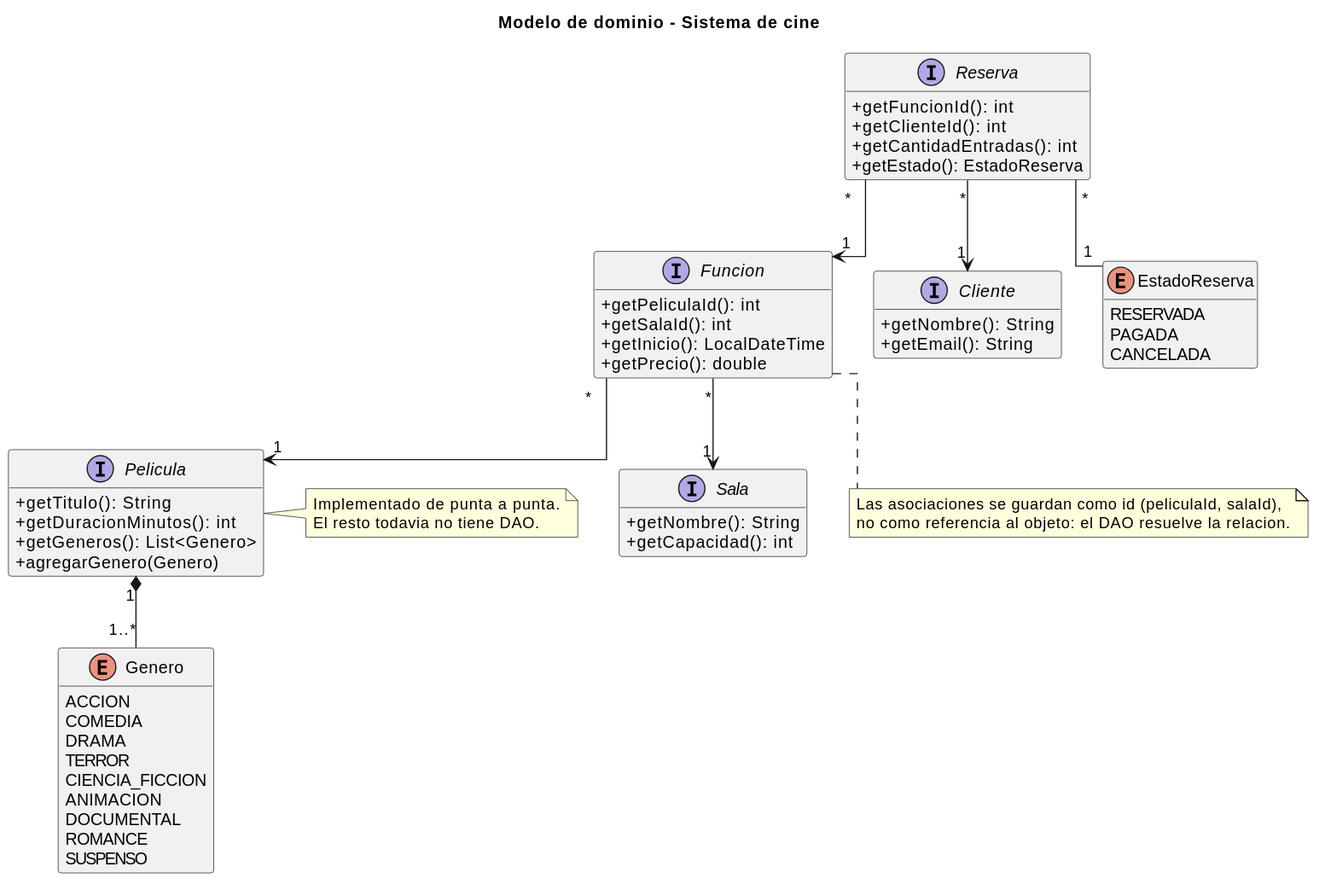
This is cine-backend/docs/diagramas/clases-dominio.svg from andreiveisuade/cine-uade, a PlantUML export, as it was before one commit.
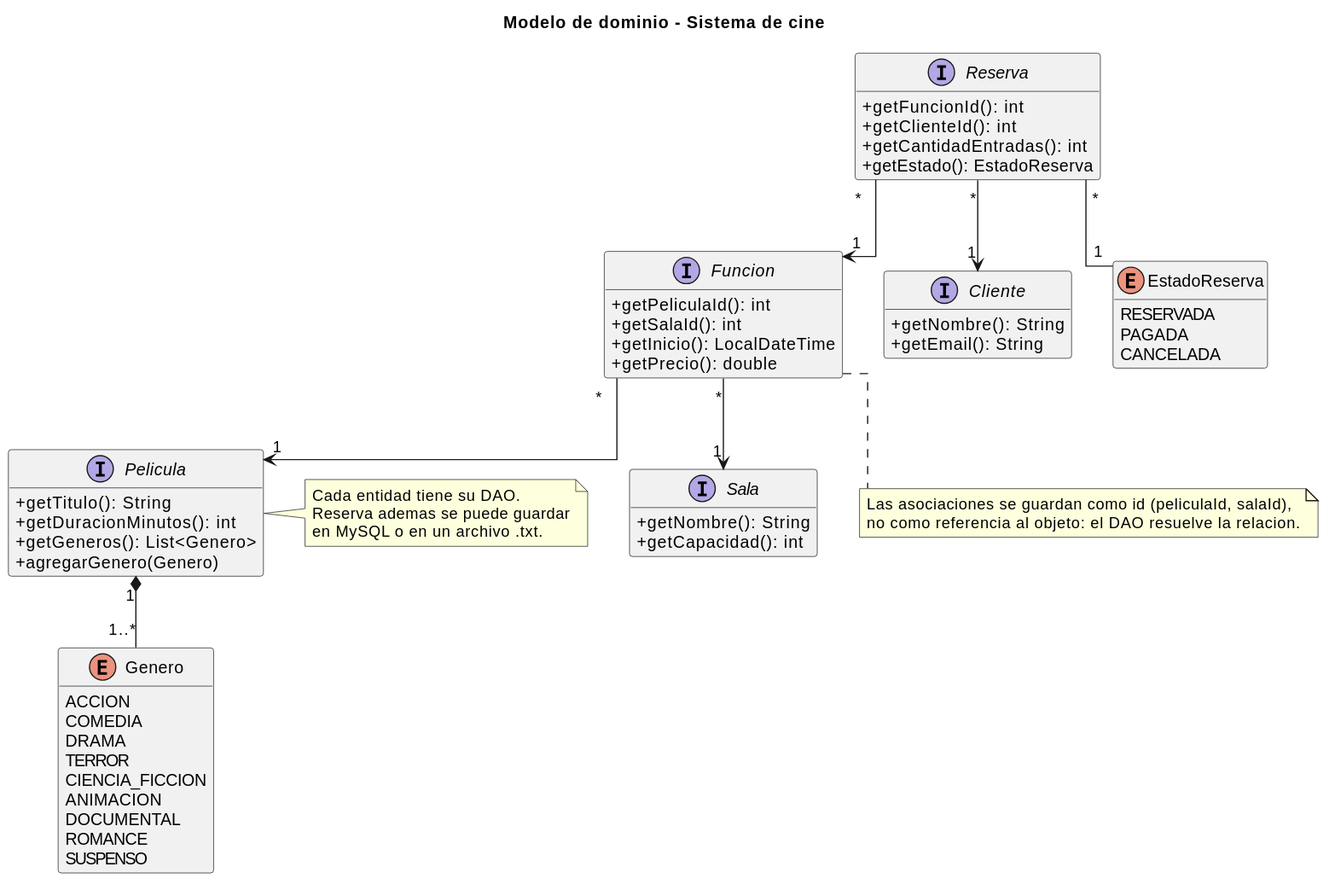
Above is the later version.

What changed in the source:
```diff
@@ -68,7 +68,8 @@
 end note
 
 note right of Pelicula
-  Implementado de punta a punta.
-  El resto todavia no tiene DAO.
+  Cada entidad tiene su DAO.
+  Reserva ademas se puede guardar
+  en MySQL o en un archivo .txt.
 end note
 @enduml
```
